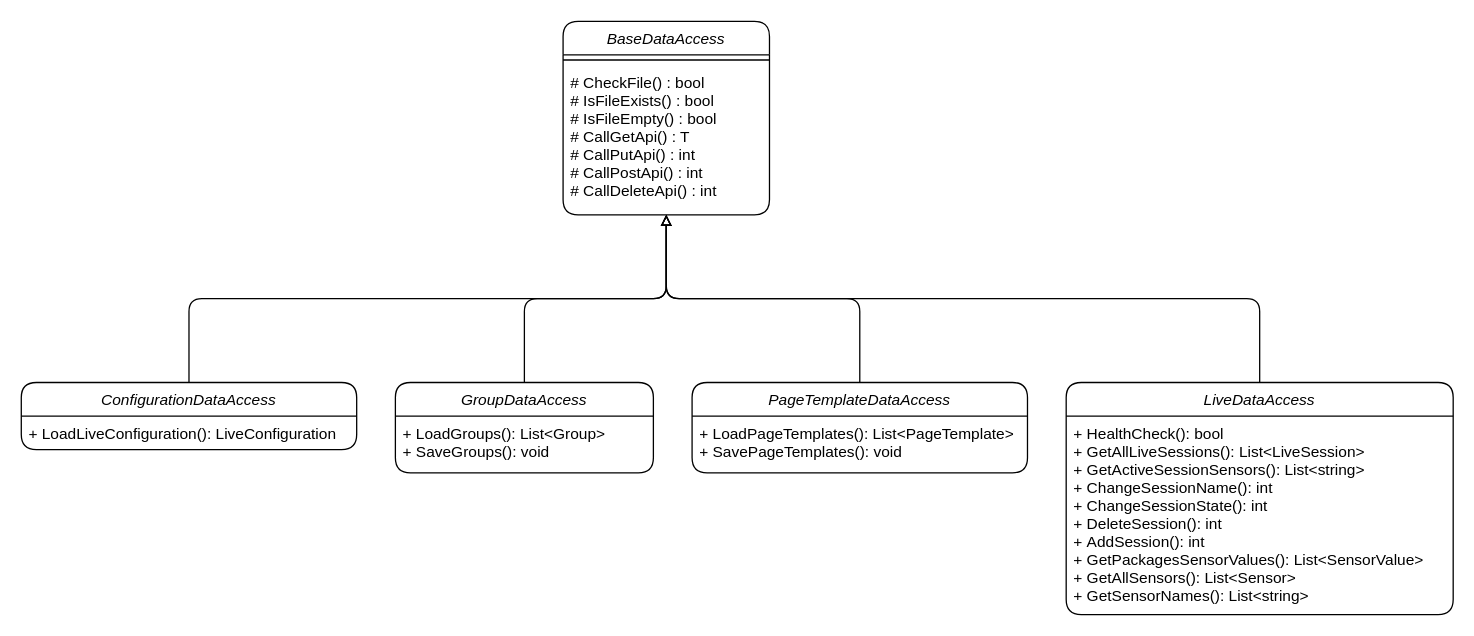
Earlier version of the draw.io diagram Documents/DataAccessClassDiagram.drawio (bricsi0000000000000/LiveTelemetry). Source tidied: cells renumbered, new cells numbered last; positions are measured from the earlier drawing's top-left corner, leaving out a move shared by most shapes. Both pictures are drawn from the tidied source at 129%, with x=0, y=0 at pixel (21, 21).
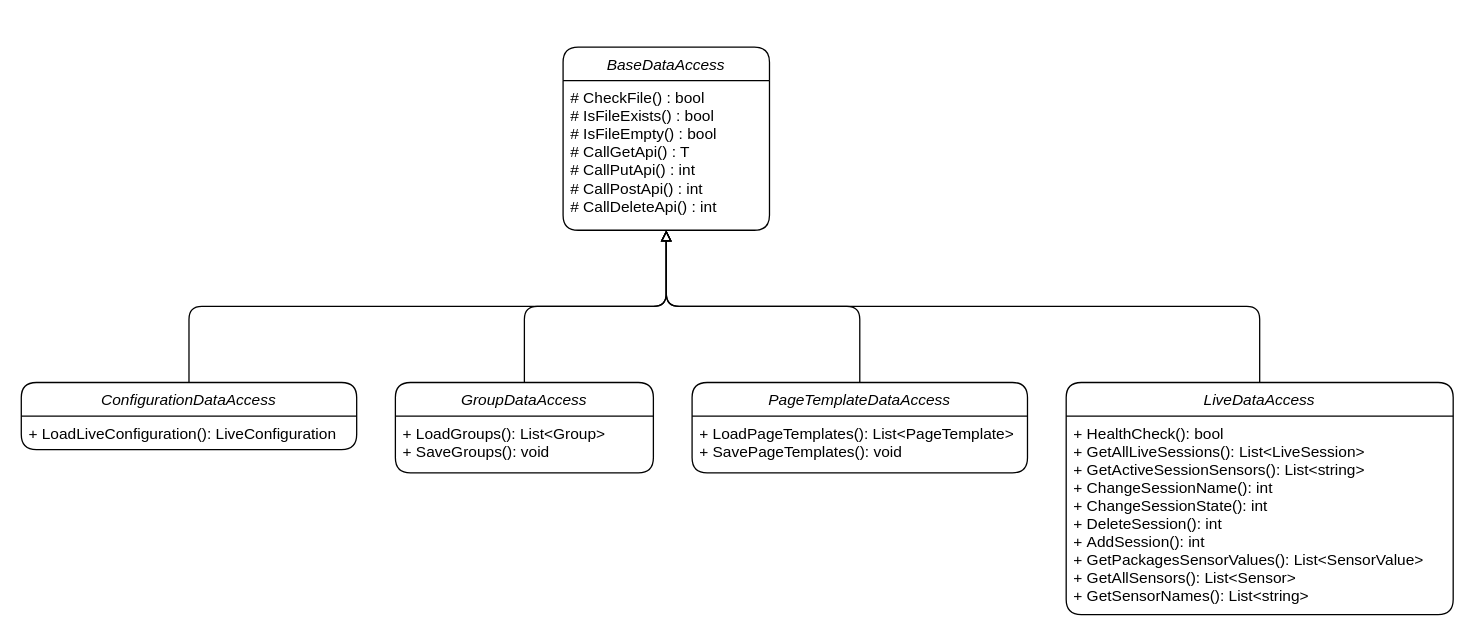
After the change.

The edit, as a diff of the source:
```diff
@@
 <mxGraphModel>
   <root>
     <mxCell id="0" />
     <mxCell id="1" parent="0" />
     <mxCell id="2" value="BaseDataAccess" style="swimlane;fontStyle=2;align=center;verticalAlign=top;horizontal=1;startSize=26;shadow=0;strokeWidth=1;rounded=1;" parent="1" vertex="1">
-      <mxGeometry x="420" width="160" height="150" as="geometry" />
+      <mxGeometry x="420" y="20" width="160" height="142" as="geometry" />
     </mxCell>
-    <mxCell id="3" style="line;html=1;strokeWidth=1;align=left;verticalAlign=middle;spacingTop=-1;spacingLeft=3;spacingRight=3;labelPosition=right;rounded=1;" parent="2" vertex="1">
-      <mxGeometry y="26" width="160" height="8" as="geometry" />
-    </mxCell>
     <mxCell id="4" value="# CheckFile() : bool&#10;# IsFileExists() : bool&#10;# IsFileEmpty() : bool&#10;# CallGetApi() : T&#10;# CallPutApi() : int&#10;# CallPostApi() : int&#10;# CallDeleteApi() : int" style="text;align=left;verticalAlign=top;spacingLeft=4;spacingRight=4;overflow=hidden;rounded=1;" parent="2" vertex="1">
-      <mxGeometry y="34" width="160" height="116" as="geometry" />
+      <mxGeometry y="26" width="160" height="116" as="geometry" />
     </mxCell>
     <mxCell id="5" style="edgeStyle=orthogonalEdgeStyle;jettySize=auto;html=1;exitX=0.5;exitY=0;exitDx=0;exitDy=0;entryX=0.5;entryY=1;entryDx=0;entryDy=0;endArrow=block;endFill=0;" parent="1" edge="1" source="6" target="2">
       <mxGeometry relative="1" as="geometry" />
     </mxCell>
     <mxCell id="6" value="ConfigurationDataAccess" style="swimlane;fontStyle=2;horizontal=1;startSize=26;fillColor=none;rounded=1;" parent="1" vertex="1">
       <mxGeometry y="280" width="260" height="52" as="geometry" />
     </mxCell>
     <mxCell id="7" value="+ LoadLiveConfiguration(): LiveConfiguration" style="text;strokeColor=none;fillColor=none;align=left;verticalAlign=top;spacingLeft=4;spacingRight=4;overflow=hidden;rounded=1;" parent="6" vertex="1">
       <mxGeometry y="26" width="260" height="26" as="geometry" />
     </mxCell>
     <mxCell id="8" style="edgeStyle=orthogonalEdgeStyle;jettySize=auto;html=1;exitX=0.5;exitY=0;exitDx=0;exitDy=0;entryX=0.5;entryY=1;entryDx=0;entryDy=0;endArrow=block;endFill=0;" parent="1" edge="1" source="9" target="2">
       <mxGeometry relative="1" as="geometry" />
     </mxCell>
     <mxCell id="9" value="GroupDataAccess" style="swimlane;fontStyle=2;horizontal=1;startSize=26;fillColor=none;rounded=1;" parent="1" vertex="1">
       <mxGeometry x="290" y="280" width="200" height="70" as="geometry" />
     </mxCell>
     <mxCell id="10" value="+ LoadGroups(): List&lt;Group&gt;&#10;+ SaveGroups(): void" style="text;strokeColor=none;fillColor=none;align=left;verticalAlign=top;spacingLeft=4;spacingRight=4;overflow=hidden;rounded=1;" parent="9" vertex="1">
       <mxGeometry y="26" width="200" height="44" as="geometry" />
     </mxCell>
     <mxCell id="11" style="edgeStyle=orthogonalEdgeStyle;jettySize=auto;html=1;exitX=0.5;exitY=0;exitDx=0;exitDy=0;entryX=0.5;entryY=1;entryDx=0;entryDy=0;endArrow=block;endFill=0;" parent="1" edge="1" source="12" target="2">
       <mxGeometry relative="1" as="geometry" />
     </mxCell>
     <mxCell id="12" value="PageTemplateDataAccess" style="swimlane;fontStyle=2;horizontal=1;startSize=26;fillColor=none;rounded=1;" parent="1" vertex="1">
       <mxGeometry x="520" y="280" width="260" height="70" as="geometry" />
     </mxCell>
     <mxCell id="13" value="+ LoadPageTemplates(): List&lt;PageTemplate&gt;&#10;+ SavePageTemplates(): void" style="text;strokeColor=none;fillColor=none;align=left;verticalAlign=top;spacingLeft=4;spacingRight=4;overflow=hidden;rounded=1;" parent="12" vertex="1">
       <mxGeometry y="26" width="260" height="44" as="geometry" />
     </mxCell>
     <mxCell id="14" style="edgeStyle=orthogonalEdgeStyle;jettySize=auto;html=1;exitX=0.5;exitY=0;exitDx=0;exitDy=0;entryX=0.5;entryY=1;entryDx=0;entryDy=0;endArrow=block;endFill=0;" parent="1" edge="1" source="15" target="2">
       <mxGeometry relative="1" as="geometry" />
     </mxCell>
     <mxCell id="15" value="LiveDataAccess" style="swimlane;fontStyle=2;horizontal=1;startSize=26;fillColor=none;rounded=1;" parent="1" vertex="1">
       <mxGeometry x="810" y="280" width="300" height="180" as="geometry" />
     </mxCell>
     <mxCell id="16" value="+ HealthCheck(): bool&#10;+ GetAllLiveSessions(): List&lt;LiveSession&gt;&#10;+ GetActiveSessionSensors(): List&lt;string&gt;&#10;+ ChangeSessionName(): int&#10;+ ChangeSessionState(): int&#10;+ DeleteSession(): int&#10;+ AddSession(): int&#10;+ GetPackagesSensorValues(): List&lt;SensorValue&gt;&#10;+ GetAllSensors(): List&lt;Sensor&gt;&#10;+ GetSensorNames(): List&lt;string&gt;" style="text;strokeColor=none;fillColor=none;align=left;verticalAlign=top;spacingLeft=4;spacingRight=4;overflow=hidden;rounded=1;" parent="15" vertex="1">
       <mxGeometry y="26" width="300" height="154" as="geometry" />
     </mxCell>
   </root>
 </mxGraphModel>
```
